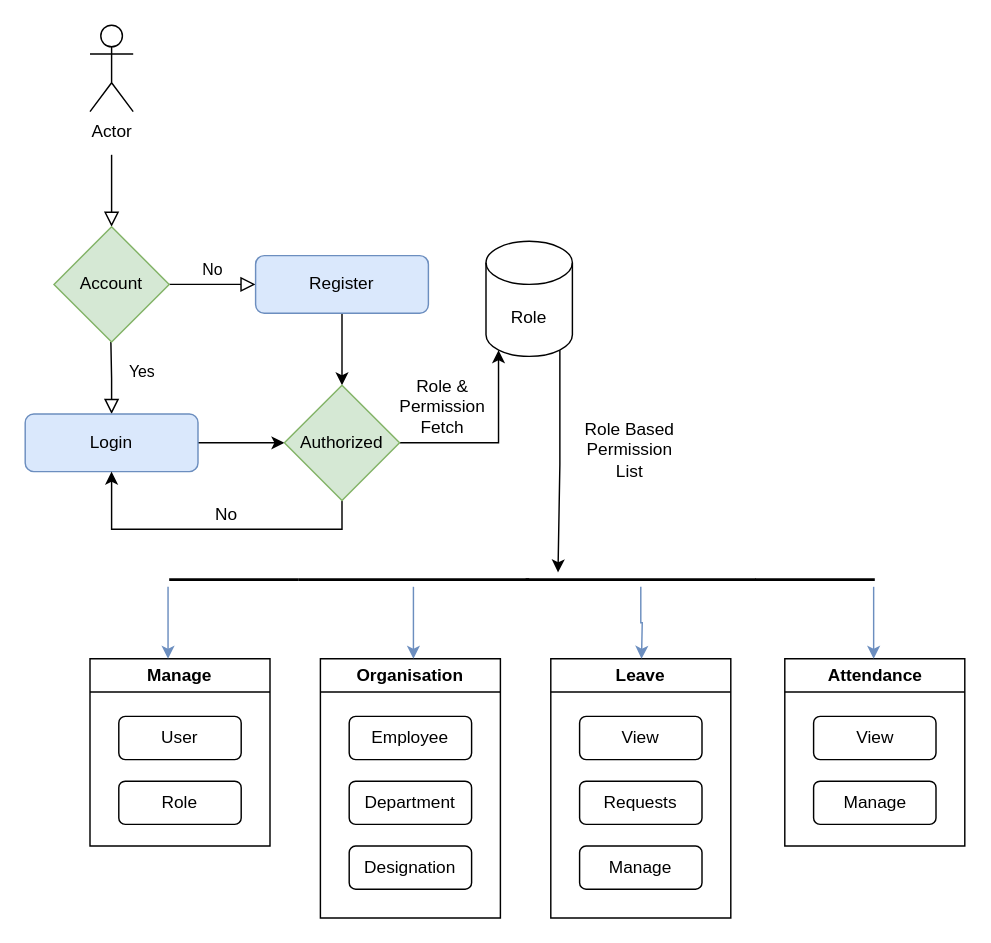
Earlier version of the draw.io diagram Documentation/Untitled Diagram.drawio (Vishal-Patar/TimeHarmony). Source tidied: cells renumbered, new cells numbered last; positions are measured from the earlier drawing's top-left corner, leaving out a move shared by most shapes. Both pictures are drawn from the tidied source at 144%, with x=0, y=0 at pixel (24, 24).
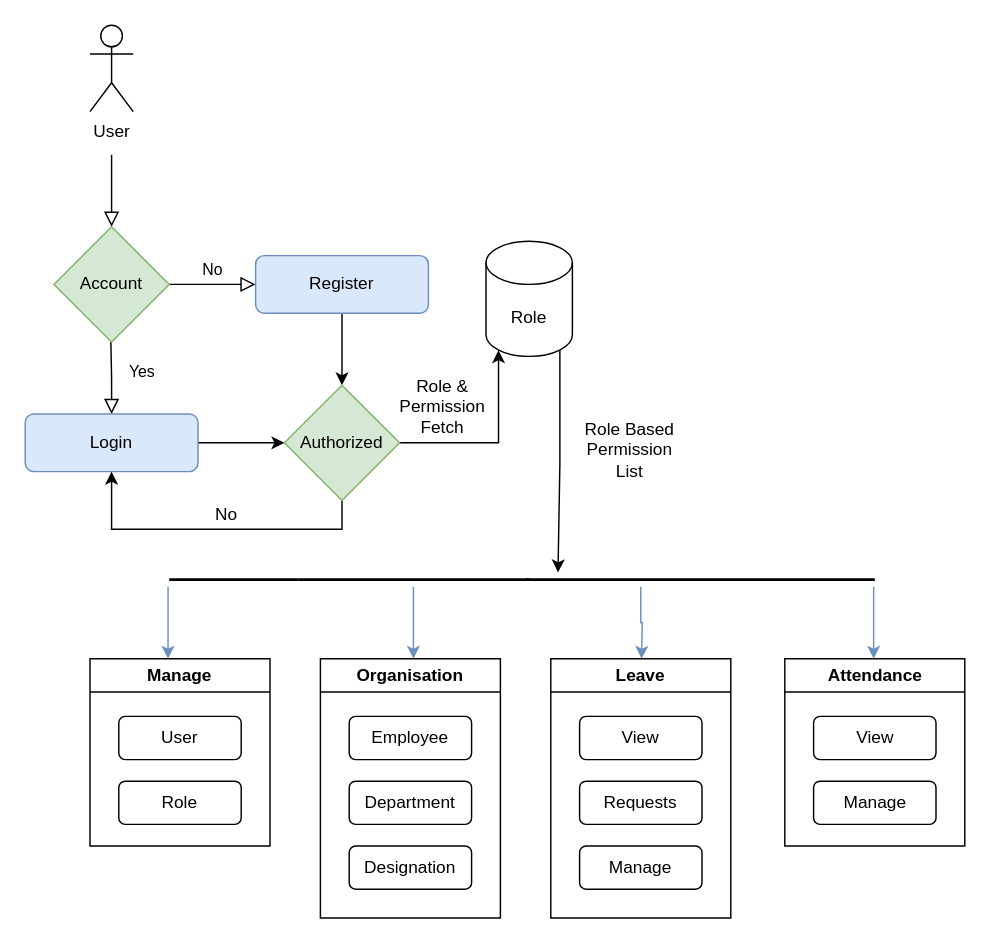
Above is the later version.

Commit message:
updaded dfd

What changed in the source:
```diff
@@
-    <mxCell id="18" value="Actor" style="shape=umlActor;verticalLabelPosition=bottom;verticalAlign=top;html=1;" parent="1" vertex="1">
+    <mxCell id="18" value="User" style="shape=umlActor;verticalLabelPosition=bottom;verticalAlign=top;html=1;" parent="1" vertex="1">
       <mxGeometry x="45" width="30" height="60" as="geometry" />
     </mxCell>
```
